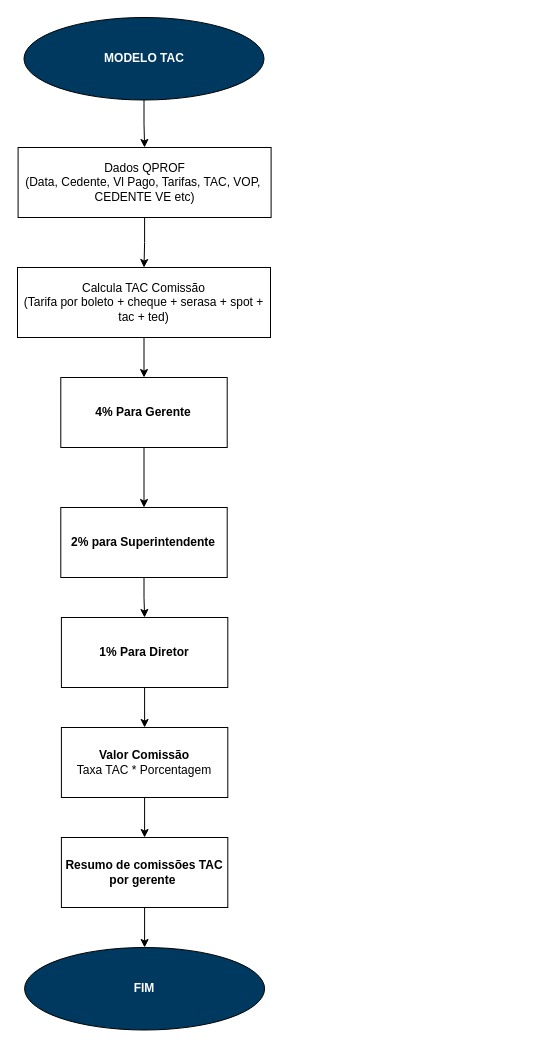
This is page "MODELO TAC" (4 of 4) of FLUXOGRAMAS.drawio from henriquelima0/exercicios-fiap, a draw.io file, before an edit. Source tidied: cells renumbered, new cells numbered last; positions are measured from the earlier drawing's top-left corner, leaving out a move shared by most shapes. Both pictures are drawn from the tidied source at 100%, with x=0, y=0 at pixel (17, 17).
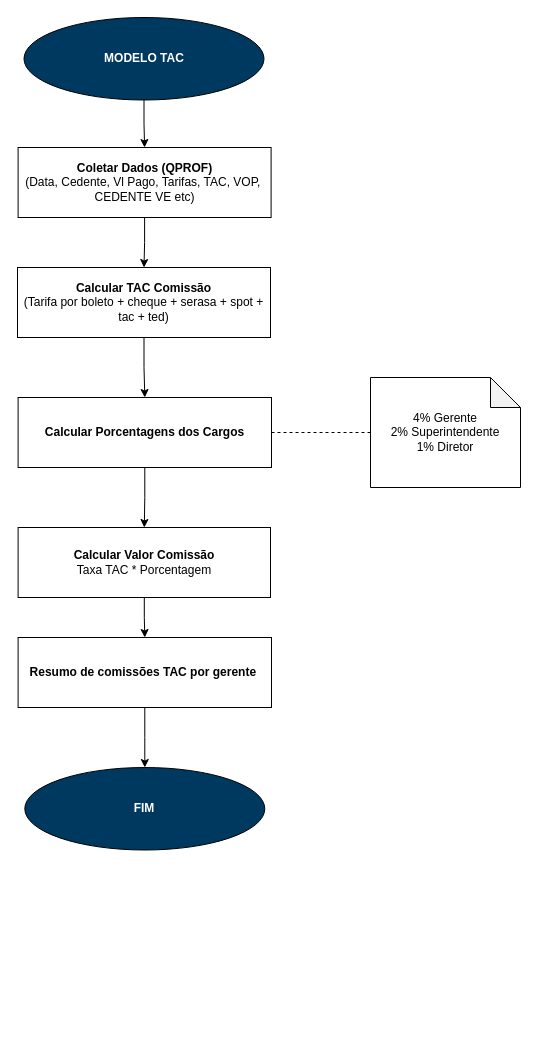
After the change.

The edit, as a diff of the source:
```diff
@@
 <mxGraphModel>
   <root>
     <mxCell id="0" />
     <mxCell id="1" parent="0" />
     <mxCell id="2" style="edgeStyle=orthogonalEdgeStyle;rounded=0;jettySize=auto;html=1;exitX=0.5;exitY=1;exitDx=0;exitDy=0;entryX=0.5;entryY=0;entryDx=0;entryDy=0;" parent="1" edge="1" source="3" target="5">
       <mxGeometry relative="1" as="geometry" />
     </mxCell>
-    <mxCell id="3" value="Dados QPROF&lt;br&gt;(Data, Cedente, Vl Pago, Tarifas, TAC, VOP,&amp;nbsp; CEDENTE VE etc)" style="rounded=0;whiteSpace=wrap;html=1;" parent="1" vertex="1">
+    <mxCell id="3" value="&lt;b&gt;Coletar Dados (QPROF)&lt;/b&gt;&lt;br&gt;(Data, Cedente, Vl Pago, Tarifas, TAC, VOP,&amp;nbsp; CEDENTE VE etc)" style="rounded=0;whiteSpace=wrap;html=1;" parent="1" vertex="1">
       <mxGeometry x="0.6" y="130" width="253" height="70" as="geometry" />
     </mxCell>
-    <mxCell id="4" style="edgeStyle=orthogonalEdgeStyle;rounded=0;jettySize=auto;html=1;" parent="1" edge="1" source="5" target="7">
+    <mxCell id="4" style="edgeStyle=orthogonalEdgeStyle;rounded=0;jettySize=auto;html=1;entryX=0.5;entryY=0;entryDx=0;entryDy=0;" parent="1" edge="1" source="5" target="9">
       <mxGeometry relative="1" as="geometry" />
     </mxCell>
-    <mxCell id="5" value="Calcula TAC Comissão&lt;br&gt;(Tarifa por boleto + cheque + serasa + spot + tac + ted)" style="rounded=0;whiteSpace=wrap;html=1;" parent="1" vertex="1">
+    <mxCell id="5" value="&lt;b&gt;Calcular TAC Comissão&lt;/b&gt;&lt;br&gt;(Tarifa por boleto + cheque + serasa + spot + tac + ted)" style="rounded=0;whiteSpace=wrap;html=1;" parent="1" vertex="1">
       <mxGeometry y="250" width="253" height="70" as="geometry" />
     </mxCell>
-    <mxCell id="6" style="edgeStyle=orthogonalEdgeStyle;rounded=0;jettySize=auto;html=1;" parent="1" edge="1" source="7" target="9">
-      <mxGeometry relative="1" as="geometry" />
-    </mxCell>
-    <mxCell id="7" value="&lt;b&gt;4% Para Gerente&lt;/b&gt;" style="rounded=0;whiteSpace=wrap;html=1;" parent="1" vertex="1">
-      <mxGeometry x="43.3" y="360" width="166.4" height="70" as="geometry" />
-    </mxCell>
-    <mxCell id="8" style="edgeStyle=orthogonalEdgeStyle;rounded=0;jettySize=auto;html=1;exitX=0.5;exitY=1;exitDx=0;exitDy=0;entryX=0.5;entryY=0;entryDx=0;entryDy=0;" parent="1" edge="1" source="9" target="11">
-      <mxGeometry relative="1" as="geometry" />
-    </mxCell>
+    <mxCell id="19" style="edgeStyle=orthogonalEdgeStyle;rounded=0;jettySize=auto;html=1;exitX=0.5;exitY=1;exitDx=0;exitDy=0;" parent="1" edge="1" source="9" target="13">
+      <mxGeometry relative="1" as="geometry" />
+    </mxCell>
-    <mxCell id="9" value="&lt;b&gt;2% para Superintendente&lt;/b&gt;" style="rounded=0;whiteSpace=wrap;html=1;" parent="1" vertex="1">
-      <mxGeometry x="43.3" y="490" width="166.4" height="70" as="geometry" />
+    <mxCell id="9" value="&lt;b&gt;Calcular Porcentagens dos Cargos&lt;/b&gt;" style="rounded=0;whiteSpace=wrap;html=1;" parent="1" vertex="1">
+      <mxGeometry x="0.6" y="380" width="253.4" height="70" as="geometry" />
     </mxCell>
-    <mxCell id="10" style="edgeStyle=orthogonalEdgeStyle;rounded=0;jettySize=auto;html=1;exitX=0.5;exitY=1;exitDx=0;exitDy=0;entryX=0.5;entryY=0;entryDx=0;entryDy=0;" parent="1" edge="1" source="11" target="13">
-      <mxGeometry relative="1" as="geometry" />
-    </mxCell>
-    <mxCell id="11" value="&lt;b&gt;1% Para Diretor&lt;/b&gt;" style="rounded=0;whiteSpace=wrap;html=1;" parent="1" vertex="1">
-      <mxGeometry x="43.9" y="600" width="166.4" height="70" as="geometry" />
-    </mxCell>
     <mxCell id="12" style="edgeStyle=orthogonalEdgeStyle;rounded=0;jettySize=auto;html=1;exitX=0.5;exitY=1;exitDx=0;exitDy=0;entryX=0.5;entryY=0;entryDx=0;entryDy=0;" parent="1" edge="1" source="13" target="15">
       <mxGeometry relative="1" as="geometry" />
     </mxCell>
-    <mxCell id="13" value="&lt;b&gt;Valor Comissão&lt;/b&gt;&lt;br&gt;Taxa TAC * Porcentagem" style="rounded=0;whiteSpace=wrap;html=1;" parent="1" vertex="1">
-      <mxGeometry x="43.9" y="710" width="166.4" height="70" as="geometry" />
+    <mxCell id="13" value="&lt;b&gt;Calcular Valor Comissão&lt;/b&gt;&lt;br&gt;Taxa TAC * Porcentagem" style="rounded=0;whiteSpace=wrap;html=1;" parent="1" vertex="1">
+      <mxGeometry x="0.6" y="510" width="252.4" height="70" as="geometry" />
     </mxCell>
     <mxCell id="14" style="edgeStyle=orthogonalEdgeStyle;rounded=0;jettySize=auto;html=1;exitX=0.5;exitY=1;exitDx=0;exitDy=0;entryX=0.5;entryY=0;entryDx=0;entryDy=0;" parent="1" edge="1" source="15" target="16">
       <mxGeometry relative="1" as="geometry" />
     </mxCell>
     <mxCell id="15" value="&lt;b&gt;Resumo de comissões TAC por gerente&amp;nbsp;&lt;/b&gt;" style="rounded=0;whiteSpace=wrap;html=1;" parent="1" vertex="1">
-      <mxGeometry x="43.9" y="820" width="166.4" height="70" as="geometry" />
+      <mxGeometry x="0.6" y="620" width="253.4" height="70" as="geometry" />
     </mxCell>
     <mxCell id="16" value="&lt;b&gt;&lt;font color=&quot;#ffffff&quot;&gt;FIM&lt;/font&gt;&lt;/b&gt;" style="ellipse;whiteSpace=wrap;html=1;fillColor=#003960;" parent="1" vertex="1">
-      <mxGeometry x="7.1" y="930" width="240" height="82.5" as="geometry" />
+      <mxGeometry x="7.3" y="750" width="240" height="82.5" as="geometry" />
     </mxCell>
     <mxCell id="17" style="edgeStyle=orthogonalEdgeStyle;rounded=0;jettySize=auto;html=1;entryX=0.5;entryY=0;entryDx=0;entryDy=0;" parent="1" edge="1" source="18" target="3">
       <mxGeometry relative="1" as="geometry" />
     </mxCell>
     <mxCell id="18" value="&lt;font color=&quot;#ffffff&quot;&gt;&lt;b&gt;MODELO TAC&lt;/b&gt;&lt;/font&gt;" style="ellipse;whiteSpace=wrap;html=1;fillColor=#003960;" parent="1" vertex="1">
       <mxGeometry x="6.5" width="240" height="82.5" as="geometry" />
     </mxCell>
+    <mxCell id="20" value="4% Gerente&lt;br&gt;2% Superintendente&lt;br&gt;1% Diretor" style="shape=note;whiteSpace=wrap;html=1;backgroundOutline=1;darkOpacity=0.05;" parent="1" vertex="1">
+      <mxGeometry x="353" y="360" width="150" height="110" as="geometry" />
+    </mxCell>
+    <mxCell id="21" style="endArrow=none;dashed=1;html=1;rounded=0;entryX=0;entryY=0.5;entryDx=0;entryDy=0;entryPerimeter=0;exitX=1;exitY=0.5;exitDx=0;exitDy=0;" parent="1" edge="1" source="9" target="20">
+      <mxGeometry relative="1" as="geometry" />
+    </mxCell>
   </root>
 </mxGraphModel>
```
